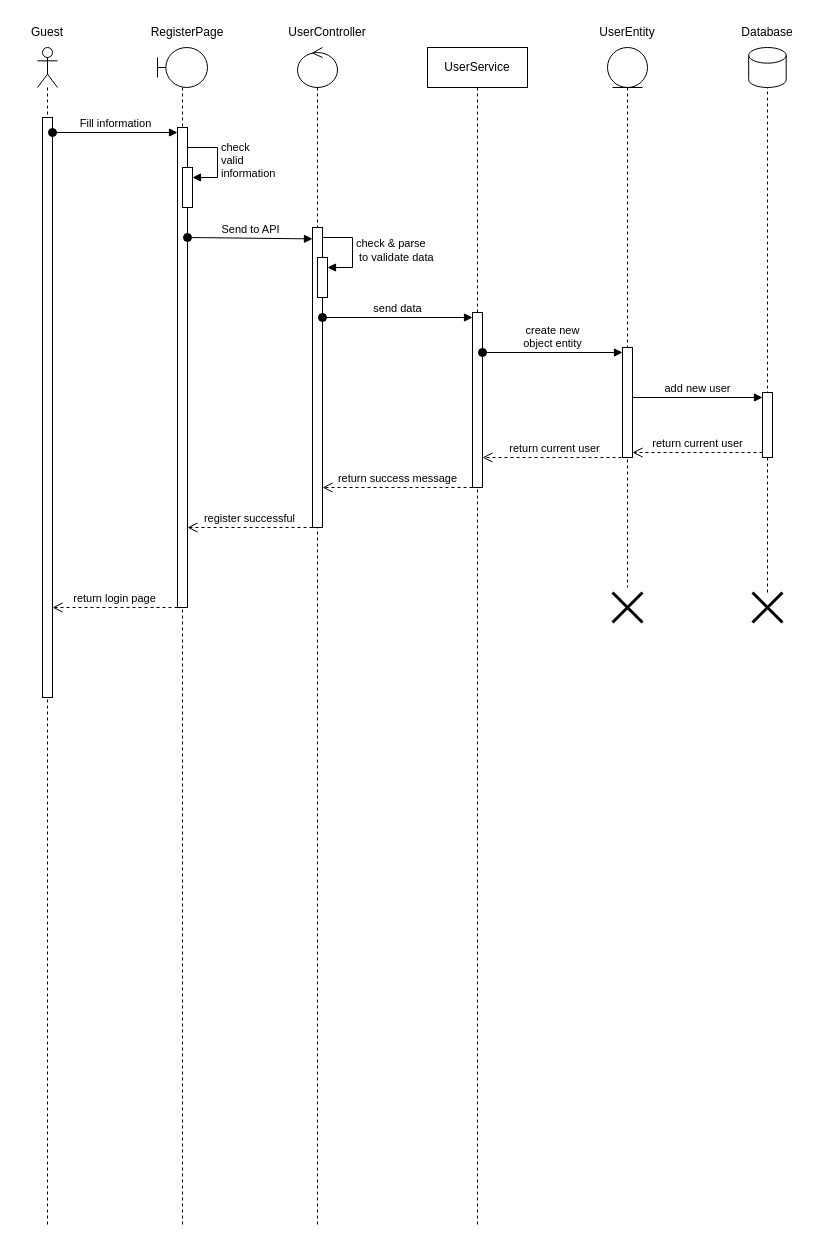
Earlier version of the draw.io diagram WatchStoreDocs/UseCase/1. Guest/UC001-Register/UC001-sequence.drawio (HuYssss/WatchStore). Source tidied: cells renumbered, new cells numbered last; positions are measured from the earlier drawing's top-left corner, leaving out a move shared by most shapes. Both pictures are drawn from the tidied source at 100%, with x=0, y=0 at pixel (17, 17).
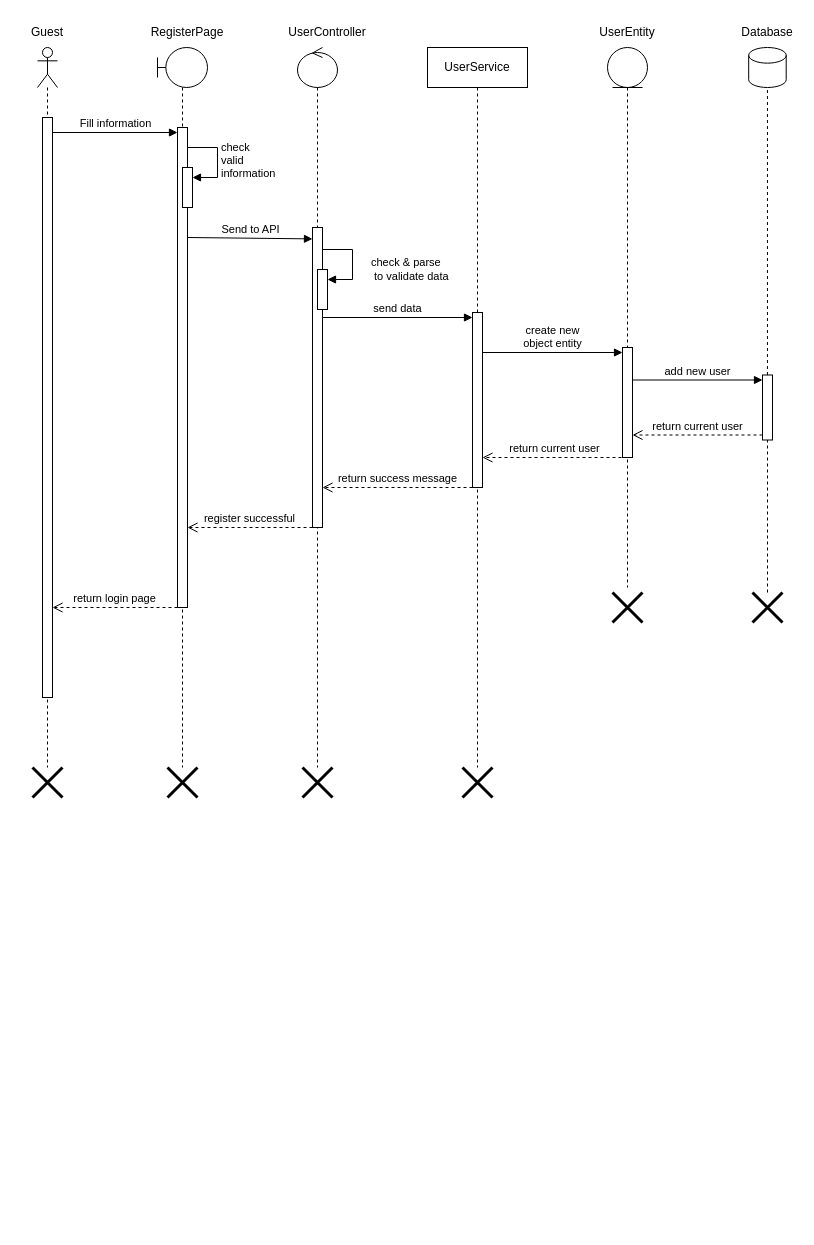
The same diagram, later.

Unchanged cells that the change refers to:
```xml
<mxCell id="3" style="html=1;points=[[0,0,0,0,5],[0,1,0,0,-5],[1,0,0,0,5],[1,1,0,0,-5]];perimeter=orthogonalPerimeter;outlineConnect=0;targetShapes=umlLifeline;portConstraint=eastwest;newEdgeStyle={&quot;curved&quot;:0,&quot;rounded&quot;:0};" parent="2" vertex="1">
  <mxGeometry x="5" y="70" width="10" height="580" as="geometry" />
</mxCell>
<mxCell id="6" style="html=1;points=[[0,0,0,0,5],[0,1,0,0,-5],[1,0,0,0,5],[1,1,0,0,-5]];perimeter=orthogonalPerimeter;outlineConnect=0;targetShapes=umlLifeline;portConstraint=eastwest;newEdgeStyle={&quot;curved&quot;:0,&quot;rounded&quot;:0};" parent="5" vertex="1">
  <mxGeometry x="20" y="80" width="10" height="480" as="geometry" />
</mxCell>
<mxCell id="13" style="html=1;points=[[0,0,0,0,5],[0,1,0,0,-5],[1,0,0,0,5],[1,1,0,0,-5]];perimeter=orthogonalPerimeter;outlineConnect=0;targetShapes=umlLifeline;portConstraint=eastwest;newEdgeStyle={&quot;curved&quot;:0,&quot;rounded&quot;:0};" parent="12" vertex="1">
  <mxGeometry x="15" y="180" width="10" height="300" as="geometry" />
</mxCell>
<mxCell id="18" style="html=1;points=[[0,0,0,0,5],[0,1,0,0,-5],[1,0,0,0,5],[1,1,0,0,-5]];perimeter=orthogonalPerimeter;outlineConnect=0;targetShapes=umlLifeline;portConstraint=eastwest;newEdgeStyle={&quot;curved&quot;:0,&quot;rounded&quot;:0};" parent="17" vertex="1">
  <mxGeometry x="45" y="265" width="10" height="175" as="geometry" />
</mxCell>
<mxCell id="21" style="html=1;points=[[0,0,0,0,5],[0,1,0,0,-5],[1,0,0,0,5],[1,1,0,0,-5]];perimeter=orthogonalPerimeter;outlineConnect=0;targetShapes=umlLifeline;portConstraint=eastwest;newEdgeStyle={&quot;curved&quot;:0,&quot;rounded&quot;:0};" parent="20" vertex="1">
  <mxGeometry x="15" y="300" width="10" height="110" as="geometry" />
</mxCell>
<mxCell id="24" style="shape=cylinder3;whiteSpace=wrap;html=1;boundedLbl=1;backgroundOutline=1;size=7.833343505859418;" parent="1" vertex="1">
  <mxGeometry x="731.2" y="30" width="37.5" height="40" as="geometry" />
</mxCell>
<mxCell id="34" style="shape=umlDestroy;whiteSpace=wrap;html=1;strokeWidth=3;targetShapes=umlLifeline;" parent="1" vertex="1">
  <mxGeometry x="735" y="575" width="30" height="30" as="geometry" />
</mxCell>
```

Change to the diagram source:
```diff
@@
-<mxGraphModel>
+<mxGraphModel background="#ffffff">
@@
     <mxCell id="2" style="shape=umlLifeline;perimeter=lifelinePerimeter;whiteSpace=wrap;html=1;newEdgeStyle={&quot;curved&quot;:0,&quot;rounded&quot;:0};participant=umlActor;" parent="1" vertex="1">
-      <mxGeometry x="20" y="30" width="20" height="1180" as="geometry" />
+      <mxGeometry x="20" y="30" width="20" height="720" as="geometry" />
     </mxCell>
@@
     <mxCell id="5" style="shape=umlLifeline;perimeter=lifelinePerimeter;whiteSpace=wrap;html=1;newEdgeStyle={&quot;curved&quot;:0,&quot;rounded&quot;:0};participant=umlBoundary;" parent="1" vertex="1">
-      <mxGeometry x="140" y="30" width="50" height="1180" as="geometry" />
+      <mxGeometry x="140" y="30" width="50" height="720" as="geometry" />
     </mxCell>
@@
-    <mxCell id="10" value="Fill information" style="html=1;verticalAlign=bottom;startArrow=oval;endArrow=block;startSize=8;curved=0;rounded=0;entryX=0;entryY=0;entryDx=0;entryDy=5;" parent="1" edge="1" source="3" target="6">
+    <mxCell id="10" value="Fill information" style="html=1;verticalAlign=bottom;startArrow=none;endArrow=block;startSize=8;curved=0;rounded=0;entryX=0;entryY=0;entryDx=0;entryDy=5;startFill=0;" parent="1" edge="1" source="3" target="6">
       <mxGeometry relative="1" as="geometry" />
     </mxCell>
-    <mxCell id="11" value="Send to API" style="html=1;verticalAlign=bottom;startArrow=oval;endArrow=block;startSize=8;curved=0;rounded=0;entryX=0;entryY=0.063;entryDx=0;entryDy=0;entryPerimeter=0;" parent="1" edge="1">
+    <mxCell id="11" value="Send to API" style="html=1;verticalAlign=bottom;startArrow=none;endArrow=block;startSize=8;curved=0;rounded=0;entryX=0;entryY=0.063;entryDx=0;entryDy=0;entryPerimeter=0;startFill=0;" parent="1" edge="1">
       <mxGeometry relative="1" as="geometry">
         <mxPoint x="170" y="220" as="sourcePoint" />
         <mxPoint x="295" y="221.4" as="targetPoint" />
       </mxGeometry>
     </mxCell>
     <mxCell id="12" style="shape=umlLifeline;perimeter=lifelinePerimeter;whiteSpace=wrap;html=1;newEdgeStyle={&quot;curved&quot;:0,&quot;rounded&quot;:0};participant=umlControl;" parent="1" vertex="1">
-      <mxGeometry x="280" y="30" width="40" height="1180" as="geometry" />
+      <mxGeometry x="280" y="30" width="40" height="720" as="geometry" />
     </mxCell>
@@
     <mxCell id="14" style="html=1;points=[[0,0,0,0,5],[0,1,0,0,-5],[1,0,0,0,5],[1,1,0,0,-5]];perimeter=orthogonalPerimeter;outlineConnect=0;targetShapes=umlLifeline;portConstraint=eastwest;newEdgeStyle={&quot;curved&quot;:0,&quot;rounded&quot;:0};" parent="12" vertex="1">
-      <mxGeometry x="20" y="210" width="10" height="40" as="geometry" />
+      <mxGeometry x="20" y="222" width="10" height="40" as="geometry" />
     </mxCell>
     <mxCell id="15" value="check &amp;amp; parse&lt;br&gt;&amp;nbsp;to validate data" style="html=1;align=left;spacingLeft=2;endArrow=block;rounded=0;edgeStyle=orthogonalEdgeStyle;curved=0;rounded=0;" parent="12" edge="1" target="14">
-      <mxGeometry relative="1" as="geometry">
-        <mxPoint x="25" y="190" as="sourcePoint" />
+      <mxGeometry x="0.18" y="15" relative="1" as="geometry">
+        <mxPoint x="25" y="202" as="sourcePoint" />
         <Array as="points">
-          <mxPoint x="55" y="220" />
+          <mxPoint x="55" y="232" />
         </Array>
       </mxGeometry>
     </mxCell>
@@
     <mxCell id="17" value="UserService" style="shape=umlLifeline;perimeter=lifelinePerimeter;whiteSpace=wrap;html=1;newEdgeStyle={&quot;curved&quot;:0,&quot;rounded&quot;:0};" parent="1" vertex="1">
-      <mxGeometry x="410" y="30" width="100" height="1180" as="geometry" />
+      <mxGeometry x="410" y="30" width="100" height="720" as="geometry" />
     </mxCell>
@@
-    <mxCell id="19" value="send data" style="html=1;verticalAlign=bottom;startArrow=oval;endArrow=block;startSize=8;curved=0;rounded=0;entryX=0;entryY=0;entryDx=0;entryDy=5;" parent="1" edge="1" source="13" target="18">
+    <mxCell id="19" value="send data" style="html=1;verticalAlign=bottom;startArrow=none;endArrow=block;startSize=8;curved=0;rounded=0;entryX=0;entryY=0;entryDx=0;entryDy=5;startFill=0;" parent="1" edge="1" source="13" target="18">
       <mxGeometry relative="1" as="geometry" />
     </mxCell>
@@
-    <mxCell id="22" value="create new&lt;br&gt;object entity" style="html=1;verticalAlign=bottom;startArrow=oval;endArrow=block;startSize=8;curved=0;rounded=0;entryX=0;entryY=0;entryDx=0;entryDy=5;" parent="1" edge="1" source="18" target="21">
+    <mxCell id="22" value="create new&lt;br&gt;object entity" style="html=1;verticalAlign=bottom;startArrow=none;endArrow=block;startSize=8;curved=0;rounded=0;entryX=0;entryY=0;entryDx=0;entryDy=5;startFill=0;" parent="1" edge="1" source="18" target="21">
       <mxGeometry relative="1" as="geometry" />
     </mxCell>
@@
-    <mxCell id="25" style="endArrow=none;dashed=1;html=1;rounded=0;entryX=0.5;entryY=1;entryDx=0;entryDy=0;entryPerimeter=0;" parent="1" edge="1" source="34" target="24">
+    <mxCell id="25" style="endArrow=none;dashed=1;html=1;rounded=0;entryX=0.5;entryY=1;entryDx=0;entryDy=0;entryPerimeter=0;" parent="1" edge="1" source="27" target="24">
       <mxGeometry relative="1" as="geometry" />
     </mxCell>
@@
-    <mxCell id="27" style="html=1;points=[[0,0,0,0,5],[0,1,0,0,-5],[1,0,0,0,5],[1,1,0,0,-5]];perimeter=orthogonalPerimeter;outlineConnect=0;targetShapes=umlLifeline;portConstraint=eastwest;newEdgeStyle={&quot;curved&quot;:0,&quot;rounded&quot;:0};" parent="1" vertex="1">
-      <mxGeometry x="745" y="375" width="10" height="65" as="geometry" />
-    </mxCell>
@@
+    <mxCell id="36" style="shape=umlDestroy;whiteSpace=wrap;html=1;strokeWidth=3;targetShapes=umlLifeline;" parent="1" vertex="1">
+      <mxGeometry x="445" y="750" width="30" height="30" as="geometry" />
+    </mxCell>
+    <mxCell id="37" style="shape=umlDestroy;whiteSpace=wrap;html=1;strokeWidth=3;targetShapes=umlLifeline;" parent="1" vertex="1">
+      <mxGeometry x="285" y="750" width="30" height="30" as="geometry" />
+    </mxCell>
+    <mxCell id="38" style="shape=umlDestroy;whiteSpace=wrap;html=1;strokeWidth=3;targetShapes=umlLifeline;" parent="1" vertex="1">
+      <mxGeometry x="150" y="750" width="30" height="30" as="geometry" />
+    </mxCell>
+    <mxCell id="39" style="shape=umlDestroy;whiteSpace=wrap;html=1;strokeWidth=3;targetShapes=umlLifeline;" parent="1" vertex="1">
+      <mxGeometry x="15" y="750" width="30" height="30" as="geometry" />
+    </mxCell>
+    <mxCell id="40" style="endArrow=none;dashed=1;html=1;rounded=0;entryX=0.5;entryY=1;entryDx=0;entryDy=0;entryPerimeter=0;" parent="1" edge="1" source="34" target="27">
+      <mxGeometry relative="1" as="geometry" />
+    </mxCell>
+    <mxCell id="27" style="html=1;points=[[0,0,0,0,5],[0,1,0,0,-5],[1,0,0,0,5],[1,1,0,0,-5]];perimeter=orthogonalPerimeter;outlineConnect=0;targetShapes=umlLifeline;portConstraint=eastwest;newEdgeStyle={&quot;curved&quot;:0,&quot;rounded&quot;:0};" parent="1" vertex="1">
+      <mxGeometry x="745" y="357.5" width="10" height="65" as="geometry" />
+    </mxCell>
```
